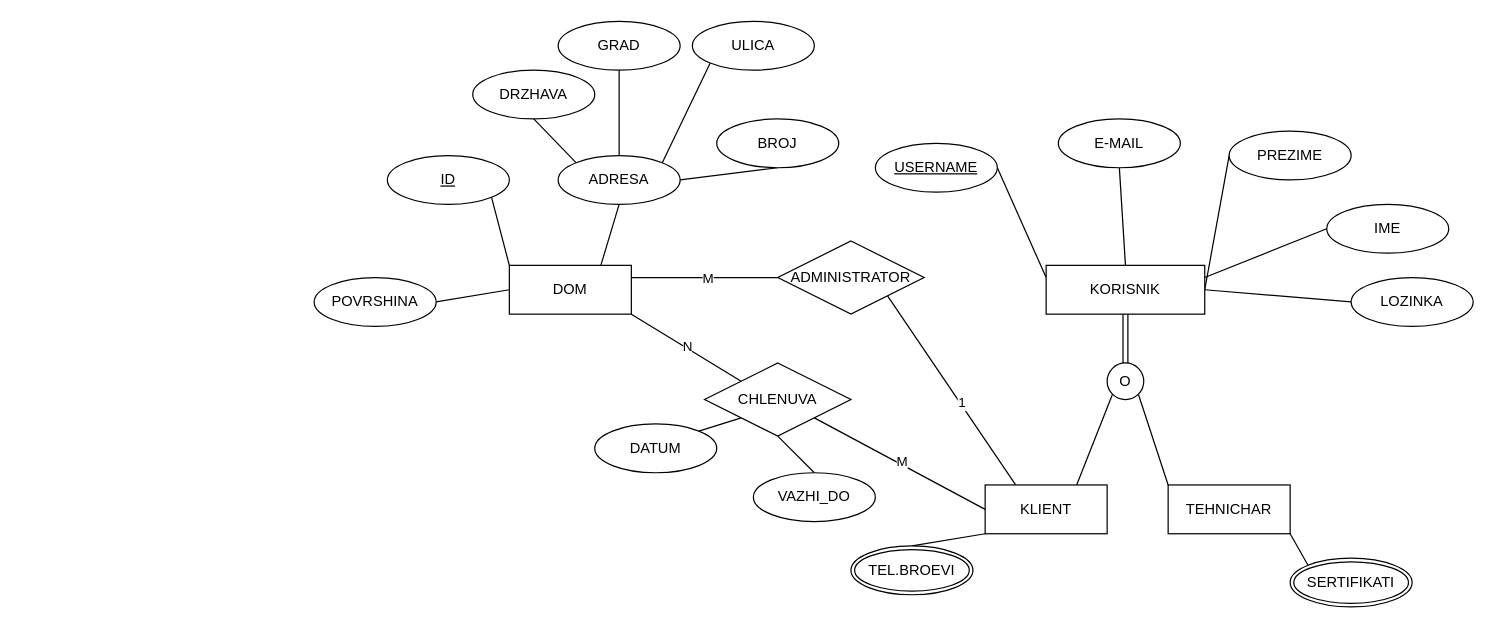
This is lab1.drawio from loramarku9/BAZInaPODATOCI, a draw.io file, before an edit. Source tidied: cells renumbered, new cells numbered last; positions are measured from the earlier drawing's top-left corner, leaving out a move shared by most shapes. Both pictures are drawn from the tidied source at 122%, with x=0, y=0 at pixel (314, 21).
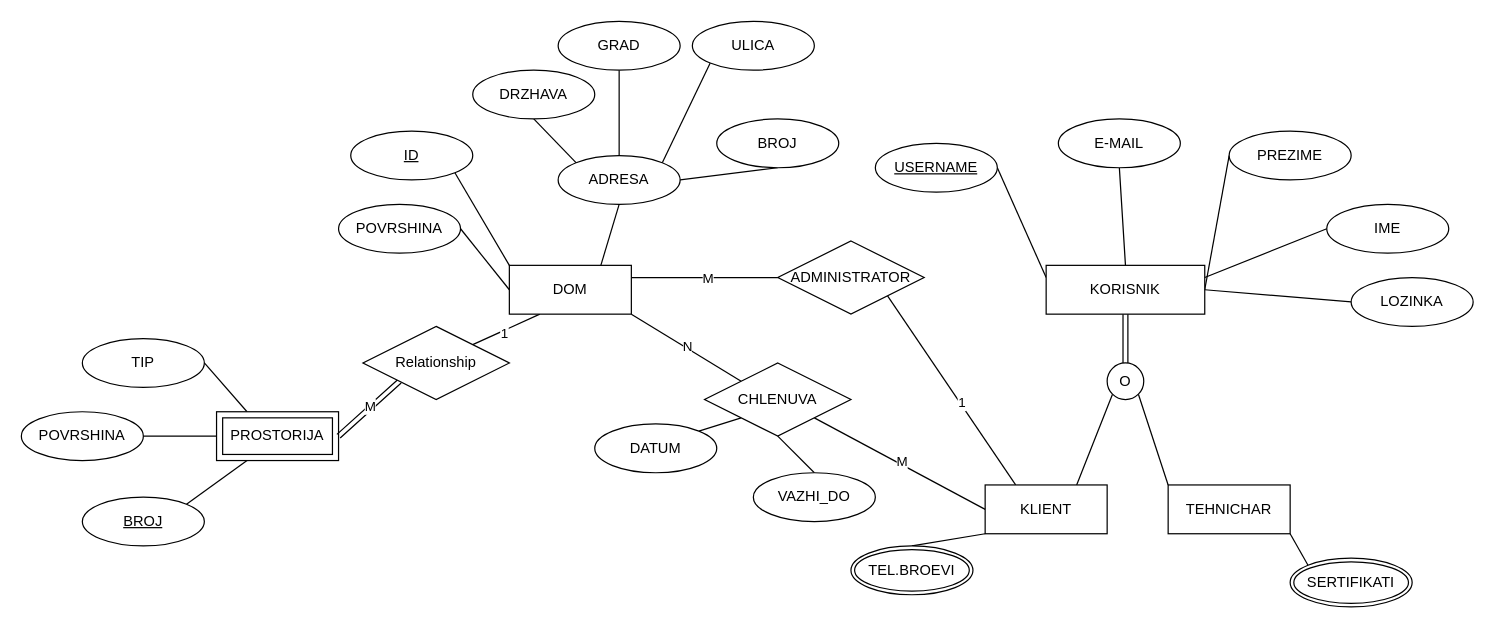
The same page after the edit.

Unchanged cells that the change refers to:
```xml
<mxCell id="29" value="DOM" style="whiteSpace=wrap;html=1;align=center;" parent="1" vertex="1">
  <mxGeometry x="160" y="200" width="100" height="40" as="geometry" />
</mxCell>
```

What changed in the source:
```diff
@@
+    <mxCell id="52" style="edgeStyle=none;shape=connector;rounded=0;jettySize=auto;html=1;exitX=0.25;exitY=1;exitDx=0;exitDy=0;entryX=1;entryY=0;entryDx=0;entryDy=0;strokeColor=default;align=center;verticalAlign=middle;fontFamily=Helvetica;fontSize=11;fontColor=default;labelBackgroundColor=default;defaultLabelBackgroundColor=page;endArrow=none;endFill=0;" parent="1" edge="1" source="29" target="63">
+      <mxGeometry relative="1" as="geometry" />
+    </mxCell>
+    <mxCell id="53" value="1" style="edgeLabel;html=1;align=center;verticalAlign=middle;inheritText=1;defaultLabelBackgroundColor=page;" parent="52" vertex="1">
+      <mxGeometry x="0.08" y="2" relative="1" as="geometry" />
+    </mxCell>
@@
     <mxCell id="31" value="ID" style="ellipse;whiteSpace=wrap;html=1;align=center;fontStyle=4;" parent="1" vertex="1">
-      <mxGeometry x="60" y="110" width="100" height="40" as="geometry" />
+      <mxGeometry x="30" y="90" width="100" height="40" as="geometry" />
     </mxCell>
@@
     <mxCell id="37" value="POVRSHINA" style="ellipse;whiteSpace=wrap;html=1;align=center;" parent="1" vertex="1">
-      <mxGeometry y="210" width="100" height="40" as="geometry" />
+      <mxGeometry x="20" y="150" width="100" height="40" as="geometry" />
     </mxCell>
@@
+    <mxCell id="54" style="edgeStyle=none;shape=connector;rounded=0;jettySize=auto;html=1;exitX=0.25;exitY=1;exitDx=0;exitDy=0;entryX=1;entryY=0;entryDx=0;entryDy=0;strokeColor=default;align=center;verticalAlign=middle;fontFamily=Helvetica;fontSize=11;fontColor=default;labelBackgroundColor=default;defaultLabelBackgroundColor=page;endArrow=none;endFill=0;" parent="1" edge="1" source="57" target="60">
+      <mxGeometry relative="1" as="geometry" />
+    </mxCell>
+    <mxCell id="55" style="edgeStyle=none;shape=connector;rounded=0;jettySize=auto;html=1;exitX=0;exitY=0.5;exitDx=0;exitDy=0;entryX=1;entryY=0.5;entryDx=0;entryDy=0;strokeColor=default;align=center;verticalAlign=middle;fontFamily=Helvetica;fontSize=11;fontColor=default;labelBackgroundColor=default;defaultLabelBackgroundColor=page;endArrow=none;endFill=0;" parent="1" edge="1" source="57" target="59">
+      <mxGeometry relative="1" as="geometry" />
+    </mxCell>
+    <mxCell id="56" style="edgeStyle=none;shape=connector;rounded=0;jettySize=auto;html=1;exitX=0.25;exitY=0;exitDx=0;exitDy=0;entryX=1;entryY=0.5;entryDx=0;entryDy=0;strokeColor=default;align=center;verticalAlign=middle;fontFamily=Helvetica;fontSize=11;fontColor=default;labelBackgroundColor=default;defaultLabelBackgroundColor=page;endArrow=none;endFill=0;" parent="1" edge="1" source="57" target="58">
+      <mxGeometry relative="1" as="geometry" />
+    </mxCell>
+    <mxCell id="57" value="PROSTORIJA" style="shape=ext;margin=3;double=1;whiteSpace=wrap;html=1;align=center;" parent="1" vertex="1">
+      <mxGeometry x="-80" y="320" width="100" height="40" as="geometry" />
+    </mxCell>
+    <mxCell id="58" value="TIP" style="ellipse;whiteSpace=wrap;html=1;align=center;" parent="1" vertex="1">
+      <mxGeometry x="-190" y="260" width="100" height="40" as="geometry" />
+    </mxCell>
+    <mxCell id="59" value="POVRSHINA" style="ellipse;whiteSpace=wrap;html=1;align=center;" parent="1" vertex="1">
+      <mxGeometry x="-240" y="320" width="100" height="40" as="geometry" />
+    </mxCell>
+    <mxCell id="60" value="BROJ" style="ellipse;whiteSpace=wrap;html=1;align=center;fontStyle=20;" parent="1" vertex="1">
+      <mxGeometry x="-190" y="390" width="100" height="40" as="geometry" />
+    </mxCell>
+    <mxCell id="61" style="edgeStyle=none;shape=link;rounded=0;jettySize=auto;html=1;exitX=0;exitY=1;exitDx=0;exitDy=0;entryX=1;entryY=0.5;entryDx=0;entryDy=0;strokeColor=default;align=center;verticalAlign=middle;fontFamily=Helvetica;fontSize=11;fontColor=default;labelBackgroundColor=default;defaultLabelBackgroundColor=page;endArrow=none;endFill=0;" parent="1" edge="1" source="63" target="57">
+      <mxGeometry relative="1" as="geometry" />
+    </mxCell>
+    <mxCell id="62" value="M" style="edgeLabel;html=1;align=center;verticalAlign=middle;inheritText=1;defaultLabelBackgroundColor=page;" parent="61" vertex="1">
+      <mxGeometry x="-0.05" y="-1" relative="1" as="geometry" />
+    </mxCell>
+    <mxCell id="63" value="Relationship" style="shape=rhombus;perimeter=rhombusPerimeter;whiteSpace=wrap;html=1;align=center;" parent="1" vertex="1">
+      <mxGeometry x="40" y="250" width="120" height="60" as="geometry" />
+    </mxCell>
```
